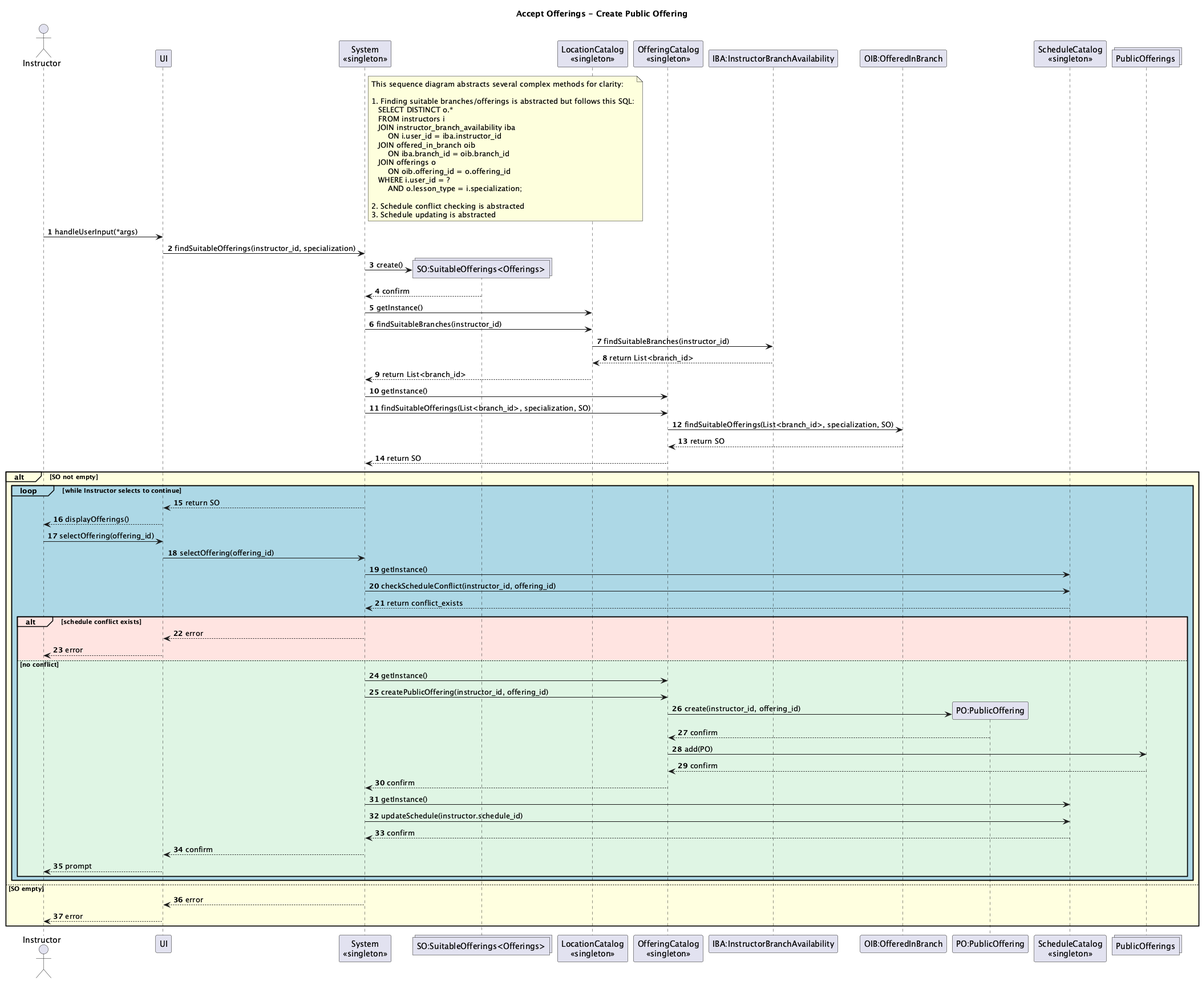
This is System-Diagrams/UML Interaction/Instructor/Instructor-Interactions_003.png from vibqetowi/soen-342-project, a PlantUML export, as it was before one commit.
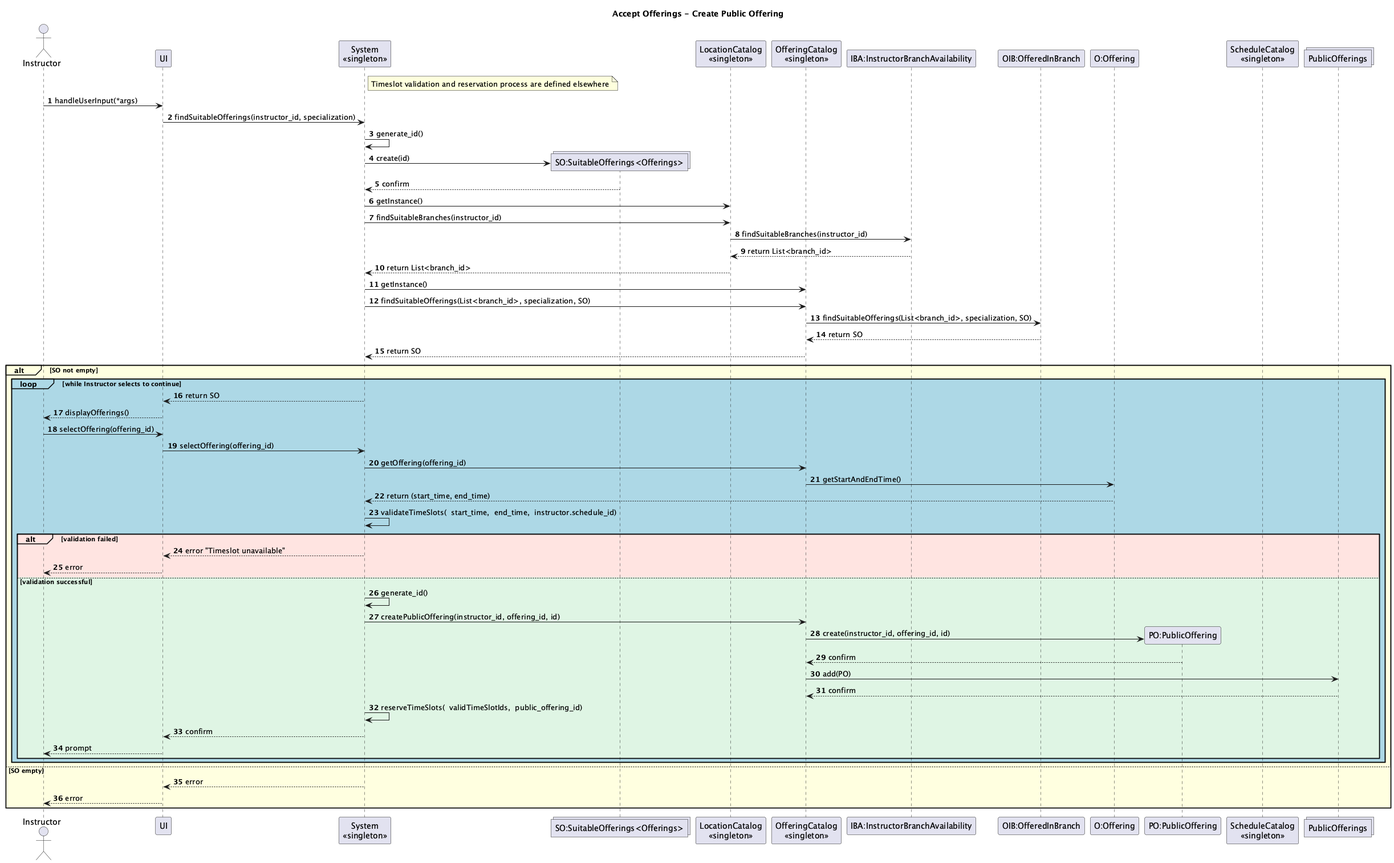
After the commit.

Change to the diagram source:
```diff
@@ -1,6 +1,5 @@
 @startuml
 title Accept Offerings - Create Public Offering
-
 actor Instructor
 participant UI
 participant "System\n<<singleton>>" as System
@@ -9,74 +8,57 @@
 participant "OfferingCatalog\n<<singleton>>" as OfferingCatalog
 participant "IBA:InstructorBranchAvailability" as IBA
 participant "OIB:OfferedInBranch" as OIB
+participant "O:Offering" as Offering
 participant "PO:PublicOffering" as PublicOffering
 participant "ScheduleCatalog\n<<singleton>>" as ScheduleCatalog
 collections PublicOfferings
 
 note right of System
-This sequence diagram abstracts several complex methods for clarity:
-
-1. Finding suitable branches/offerings is abstracted but follows this SQL:
-   SELECT DISTINCT o.*
-   FROM instructors i
-   JOIN instructor_branch_availability iba
-       ON i.user_id = iba.instructor_id
-   JOIN offered_in_branch oib
-       ON iba.branch_id = oib.branch_id
-   JOIN offerings o
-       ON oib.offering_id = o.offering_id
-   WHERE i.user_id = ?
-       AND o.lesson_type = i.specialization;
-
-2. Schedule conflict checking is abstracted
-3. Schedule updating is abstracted
+Timeslot validation and reservation process are defined elsewhere
 end note
 
 autonumber
 Instructor -> UI: handleUserInput(*args)
 UI -> System: findSuitableOfferings(instructor_id, specialization)
-
-System -> SO **: create()
+System -> System: generate_id()
+System -> SO **: create(id)
 SO --> System: confirm
-
 System -> LocationCatalog: getInstance()
 System -> LocationCatalog: findSuitableBranches(instructor_id)
 LocationCatalog -> IBA: findSuitableBranches(instructor_id)
 IBA --> LocationCatalog: return List<branch_id>
 LocationCatalog --> System: return List<branch_id>
-
 System -> OfferingCatalog: getInstance()
 System -> OfferingCatalog: findSuitableOfferings(List<branch_id>, specialization, SO)
 OfferingCatalog -> OIB: findSuitableOfferings(List<branch_id>, specialization, SO)
 OIB --> OfferingCatalog: return SO
 OfferingCatalog --> System: return SO
 
-alt#lightyellow  #lightyellow SO not empty
-    loop#lightblue  #lightblue while Instructor selects to continue
+alt#lightyellow #lightyellow SO not empty
+    loop#lightblue #lightblue while Instructor selects to continue
         System --> UI: return SO
         UI --> Instructor: displayOfferings()
         Instructor -> UI: selectOffering(offering_id)
         UI -> System: selectOffering(offering_id)
 
-        System -> ScheduleCatalog: getInstance()
-        System -> ScheduleCatalog: checkScheduleConflict(instructor_id, offering_id)
-        ScheduleCatalog --> System: return conflict_exists
+        System -> OfferingCatalog: getOffering(offering_id)
+        OfferingCatalog -> Offering: getStartAndEndTime()
+        Offering --> System: return (start_time, end_time)
 
-        alt#mistyrose  #mistyrose schedule conflict exists
-            System --> UI: error
+        System -> System: validateTimeSlots(  start_time,  end_time,  instructor.schedule_id)
+
+        alt#mistyrose #mistyrose validation failed
+            System --> UI: error "Timeslot unavailable"
             UI --> Instructor: error
-        else #DFF5E4 no conflict
-            System -> OfferingCatalog: getInstance()
-            System -> OfferingCatalog: createPublicOffering(instructor_id, offering_id)
-            OfferingCatalog -> PublicOffering **: create(instructor_id, offering_id)
+        else #DFF5E4 validation successful
+            System -> System: generate_id()
+            System -> OfferingCatalog: createPublicOffering(instructor_id, offering_id, id)
+            OfferingCatalog -> PublicOffering **: create(instructor_id, offering_id, id)
             PublicOffering --> OfferingCatalog: confirm
             OfferingCatalog -> PublicOfferings: add(PO)
             PublicOfferings --> OfferingCatalog: confirm
-            OfferingCatalog --> System: confirm
 
-            System -> ScheduleCatalog: getInstance()
-            System -> ScheduleCatalog: updateSchedule(instructor.schedule_id)
-            ScheduleCatalog --> System: confirm
+            System -> System: reserveTimeSlots(  validTimeSlotIds,  public_offering_id)
 
             System --> UI: confirm
             UI --> Instructor: prompt
```
